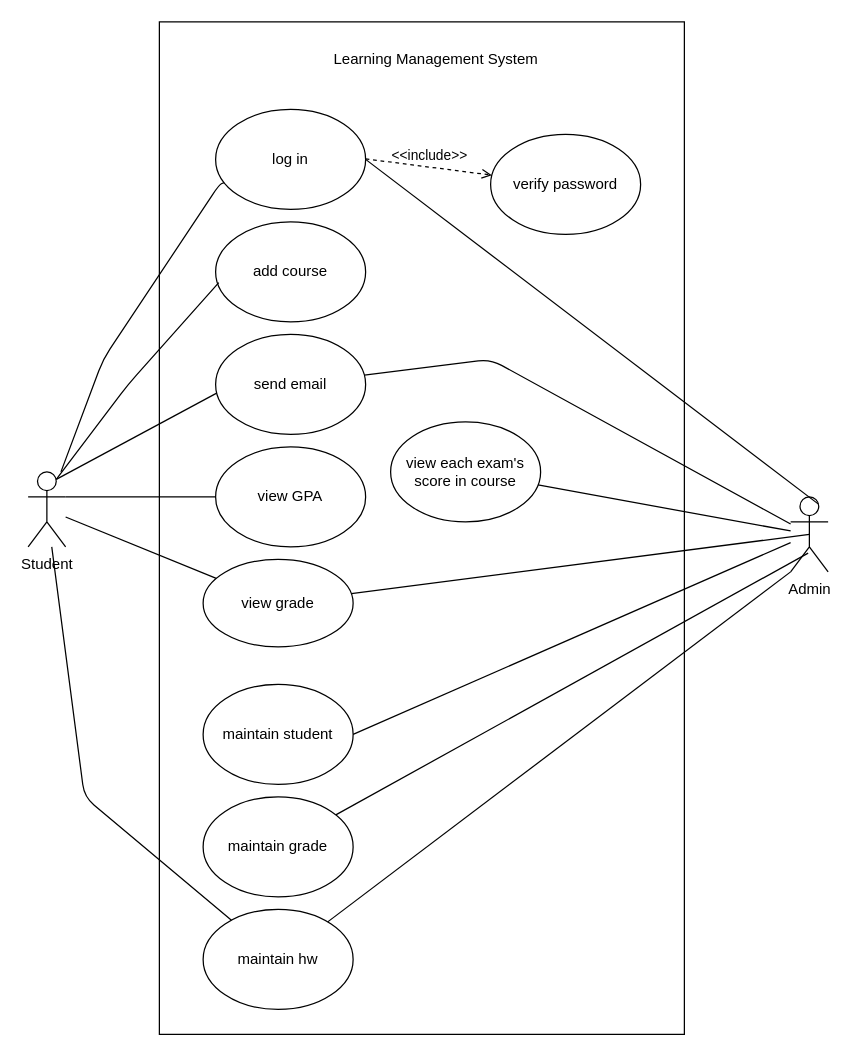
This is Untitled Diagram.drawio from haris8/use_case, a draw.io file, before an edit. Source tidied: cells renumbered, new cells numbered last; positions are measured from the earlier drawing's top-left corner, leaving out a move shared by most shapes. Both pictures are drawn from the tidied source at 125%, with x=0, y=0 at pixel (28, 21).
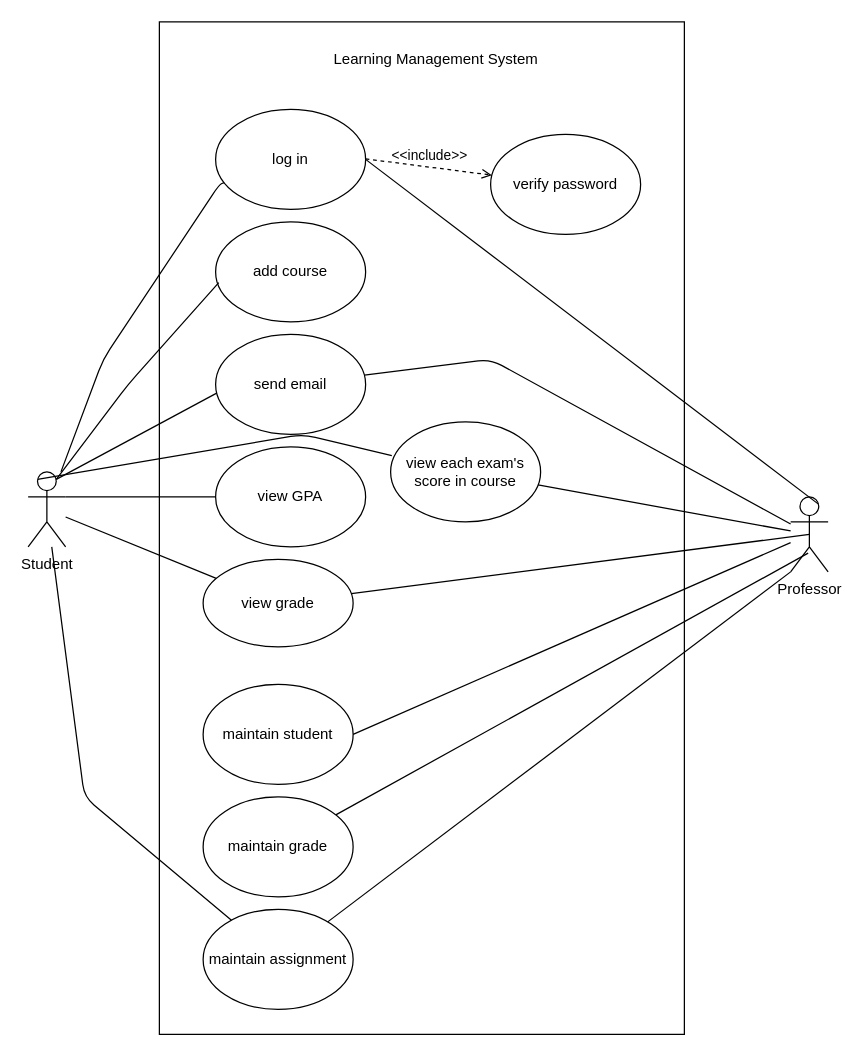
The same diagram, later.

Unchanged cells that the change refers to:
```xml
<mxCell id="13" value="Student" style="shape=umlActor;verticalLabelPosition=bottom;labelBackgroundColor=#ffffff;verticalAlign=top;html=1;outlineConnect=0;" parent="1" vertex="1">
  <mxGeometry y="360" width="30" height="60" as="geometry" />
</mxCell>
<mxCell id="28" value="view each exam's score in course" style="ellipse;whiteSpace=wrap;html=1;" parent="1" vertex="1">
  <mxGeometry x="290" y="320" width="120" height="80" as="geometry" />
</mxCell>
```

The edit, as a diff of the source:
```diff
@@
-    <mxCell id="8" value="maintain hw" style="ellipse;whiteSpace=wrap;html=1;" parent="1" vertex="1">
+    <mxCell id="8" value="maintain assignment" style="ellipse;whiteSpace=wrap;html=1;" parent="1" vertex="1">
       <mxGeometry x="140" y="710" width="120" height="80" as="geometry" />
     </mxCell>
@@
-    <mxCell id="10" value="Admin" style="shape=umlActor;verticalLabelPosition=bottom;labelBackgroundColor=#ffffff;verticalAlign=top;html=1;outlineConnect=0;" parent="1" vertex="1">
+    <mxCell id="10" value="Professor" style="shape=umlActor;verticalLabelPosition=bottom;labelBackgroundColor=#ffffff;verticalAlign=top;html=1;outlineConnect=0;" parent="1" vertex="1">
       <mxGeometry x="610" y="380" width="30" height="60" as="geometry" />
     </mxCell>
@@
+    <mxCell id="30" style="endArrow=none;html=1;exitX=0.25;exitY=0.1;exitDx=0;exitDy=0;exitPerimeter=0;entryX=0.008;entryY=0.338;entryDx=0;entryDy=0;entryPerimeter=0;" parent="1" edge="1" source="13" target="28">
+      <mxGeometry relative="1" as="geometry">
+        <Array as="points">
+          <mxPoint x="220" y="330" />
+        </Array>
+      </mxGeometry>
+    </mxCell>
```
